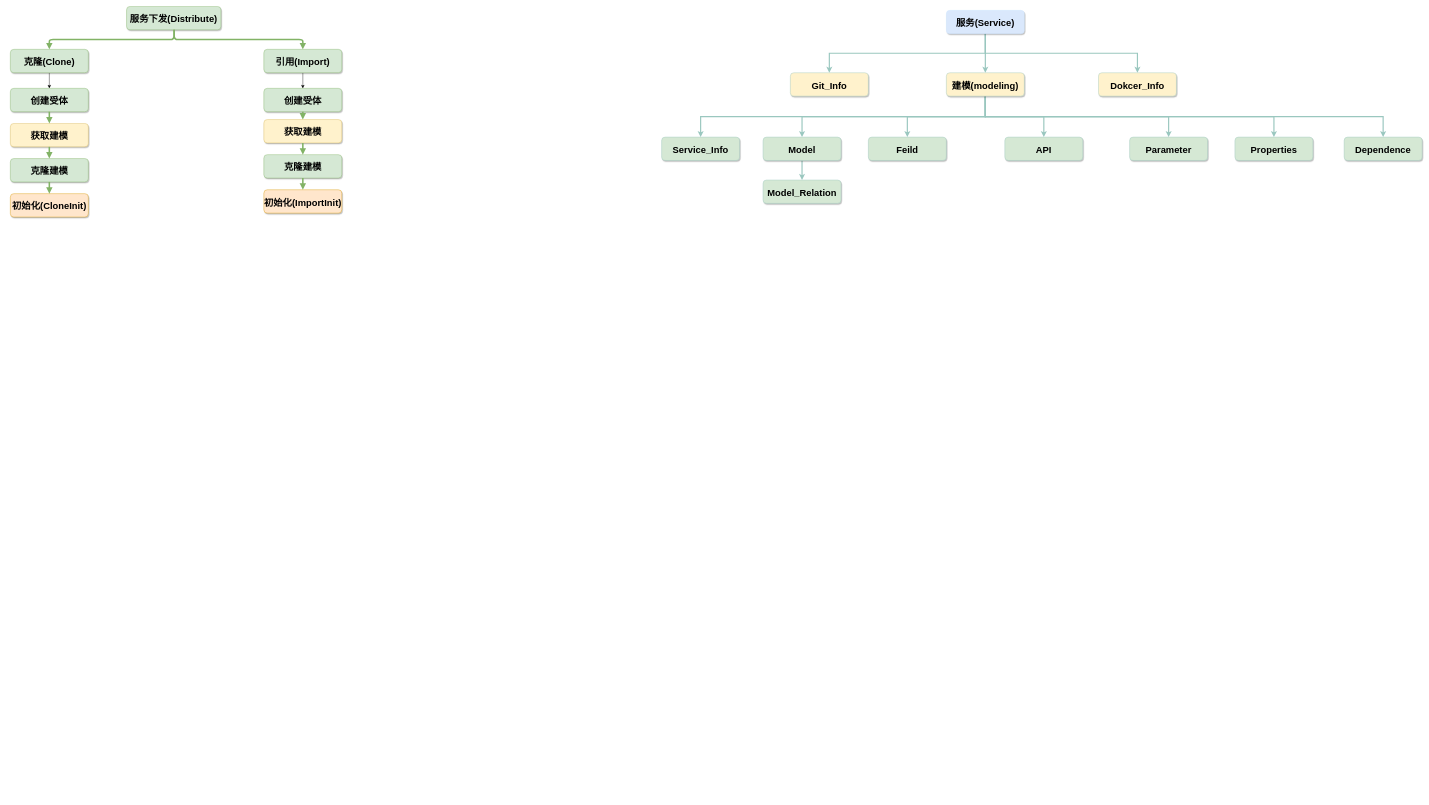
Before: 服务下发思路图.drawio in ThePointOfXu/liu_cheng_tu, a draw.io diagram. Source tidied: cells renumbered, new cells numbered last; positions are measured from the earlier drawing's top-left corner, leaving out a move shared by most shapes. Both pictures are drawn from the tidied source at 39%, with x=0, y=0 at pixel (10, 6).
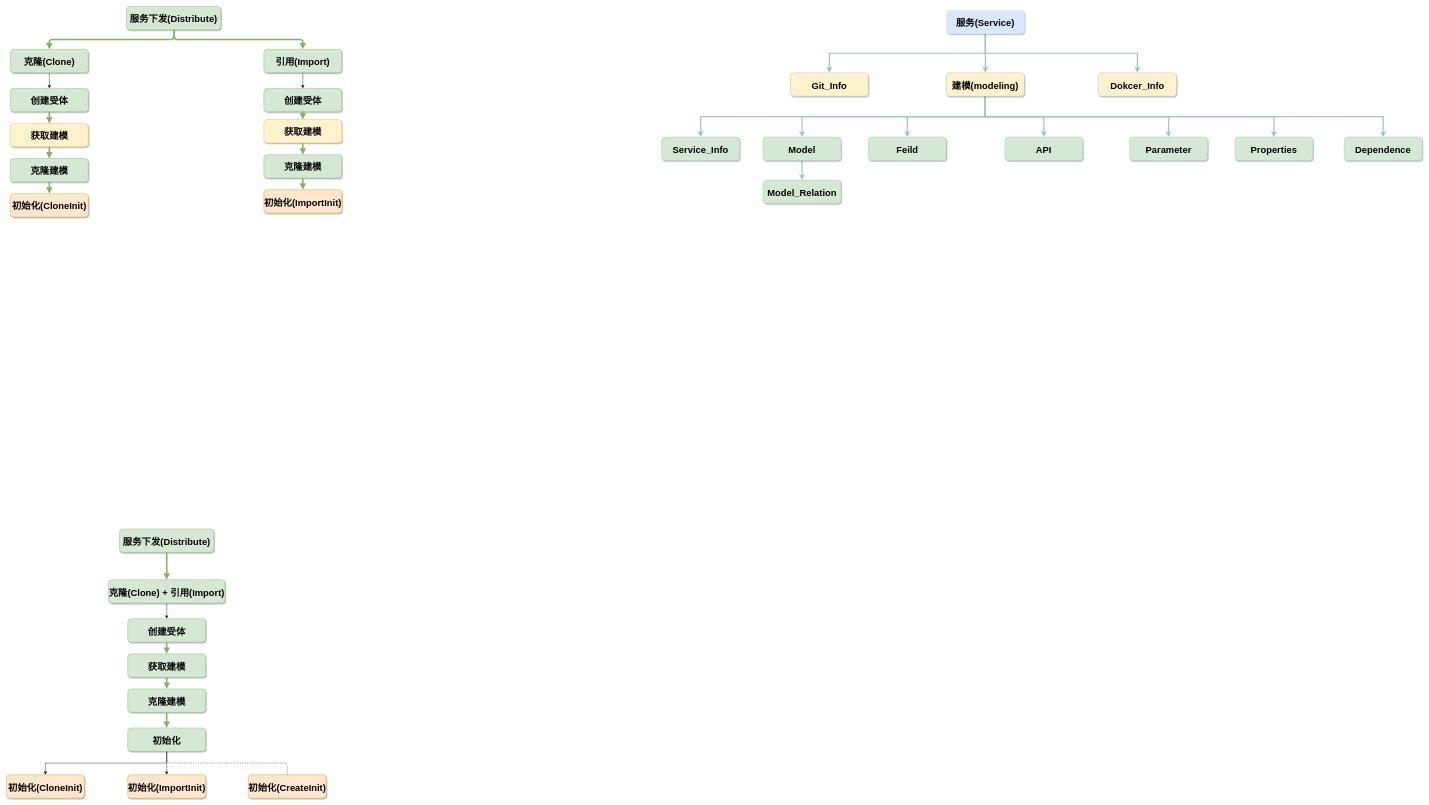
Above is the later version.

Commit message:
Update 服务下发思路图.drawio

What changed in the source:
```diff
@@
+    <mxCell id="46" value="服务下发(Distribute)" style="rounded=1;fillColor=#d5e8d4;strokeColor=#82b366;shadow=1;fontStyle=1;fontSize=24;" parent="1" vertex="1">
+      <mxGeometry x="280" y="1340" width="242" height="60" as="geometry" />
+    </mxCell>
+    <mxCell id="47" style="edgeStyle=orthogonalEdgeStyle;rounded=0;jettySize=auto;html=1;exitX=0.5;exitY=1;exitDx=0;exitDy=0;entryX=0.5;entryY=0;entryDx=0;entryDy=0;" parent="1" edge="1" source="48" target="50">
+      <mxGeometry relative="1" as="geometry" />
+    </mxCell>
+    <mxCell id="48" value="克隆(Clone) + 引用(Import)" style="rounded=1;fillColor=#d5e8d4;strokeColor=#82b366;shadow=1;fontStyle=1;fontSize=24;" parent="1" vertex="1">
+      <mxGeometry x="251.5" y="1470" width="299" height="60" as="geometry" />
+    </mxCell>
+    <mxCell id="49" value="初始化(ImportInit)" style="rounded=1;fillColor=#ffe6cc;strokeColor=#d79b00;shadow=1;fontStyle=1;fontSize=24;" parent="1" vertex="1">
+      <mxGeometry x="301" y="1970" width="200" height="60" as="geometry" />
+    </mxCell>
+    <mxCell id="50" value="创建受体" style="rounded=1;fillColor=#d5e8d4;strokeColor=#82b366;shadow=1;fontStyle=1;fontSize=24;" parent="1" vertex="1">
+      <mxGeometry x="301" y="1570" width="200" height="60" as="geometry" />
+    </mxCell>
+    <mxCell id="51" value="获取建模" style="rounded=1;fillColor=#d5e8d4;strokeColor=#82b366;shadow=1;fontStyle=1;fontSize=24;" parent="1" vertex="1">
+      <mxGeometry x="301" y="1660" width="200" height="60" as="geometry" />
+    </mxCell>
+    <mxCell id="52" value="克隆建模" style="rounded=1;fillColor=#d5e8d4;strokeColor=#82b366;shadow=1;fontStyle=1;fontSize=24;" parent="1" vertex="1">
+      <mxGeometry x="301" y="1750" width="200" height="60" as="geometry" />
+    </mxCell>
+    <mxCell id="53" value="初始化(CloneInit)" style="rounded=1;fillColor=#ffe6cc;strokeColor=#d79b00;shadow=1;fontStyle=1;fontSize=24;" parent="1" vertex="1">
+      <mxGeometry x="-10" y="1970" width="200" height="60" as="geometry" />
+    </mxCell>
+    <mxCell id="54" style="edgeStyle=elbowEdgeStyle;elbow=vertical;strokeWidth=4;endArrow=block;endFill=1;fontStyle=1;strokeColor=#82b366;fillColor=#d5e8d4;fontSize=24;exitX=0.5;exitY=1;exitDx=0;exitDy=0;" parent="1" edge="1" source="46">
+      <mxGeometry x="20" y="1510" as="geometry">
+        <mxPoint x="401" y="1470" as="targetPoint" />
+        <Array as="points">
+          <mxPoint x="401" y="1460" />
+          <mxPoint x="390" y="1440" />
+          <mxPoint x="390" y="1410" />
+        </Array>
+      </mxGeometry>
+    </mxCell>
+    <mxCell id="55" style="edgeStyle=elbowEdgeStyle;elbow=vertical;strokeWidth=4;endArrow=block;endFill=1;fontStyle=1;strokeColor=#82b366;fillColor=#d5e8d4;fontSize=24;" parent="1" edge="1" source="50" target="51">
+      <mxGeometry x="181" y="1430" as="geometry" />
+    </mxCell>
+    <mxCell id="56" style="edgeStyle=elbowEdgeStyle;elbow=vertical;strokeWidth=4;endArrow=block;endFill=1;fontStyle=1;strokeColor=#82b366;fillColor=#d5e8d4;fontSize=24;" parent="1" edge="1" source="51" target="52">
+      <mxGeometry x="181" y="1440" as="geometry" />
+    </mxCell>
+    <mxCell id="57" style="edgeStyle=elbowEdgeStyle;elbow=vertical;strokeWidth=4;endArrow=block;endFill=1;fontStyle=1;strokeColor=#82b366;fillColor=#d5e8d4;fontSize=24;" parent="1" edge="1">
+      <mxGeometry x="181.7" y="1440" as="geometry">
+        <mxPoint x="400.7" y="1810" as="sourcePoint" />
+        <mxPoint x="400.7" y="1850" as="targetPoint" />
+        <Array as="points">
+          <mxPoint x="400.7" y="1840" />
+        </Array>
+      </mxGeometry>
+    </mxCell>
+    <mxCell id="58" style="edgeStyle=orthogonalEdgeStyle;rounded=0;jettySize=auto;html=1;exitX=0.5;exitY=1;exitDx=0;exitDy=0;entryX=0.5;entryY=0;entryDx=0;entryDy=0;" parent="1" edge="1" source="60" target="49">
+      <mxGeometry relative="1" as="geometry" />
+    </mxCell>
+    <mxCell id="59" style="edgeStyle=orthogonalEdgeStyle;rounded=0;jettySize=auto;html=1;exitX=0.5;exitY=1;exitDx=0;exitDy=0;entryX=0.5;entryY=0;entryDx=0;entryDy=0;" parent="1" edge="1" source="60" target="53">
+      <mxGeometry relative="1" as="geometry" />
+    </mxCell>
+    <mxCell id="60" value="初始化" style="rounded=1;fillColor=#d5e8d4;strokeColor=#82b366;shadow=1;fontStyle=1;fontSize=24;" parent="1" vertex="1">
+      <mxGeometry x="301" y="1850" width="200" height="60" as="geometry" />
+    </mxCell>
+    <mxCell id="61" value="初始化(CreateInit)" style="rounded=1;fillColor=#ffe6cc;strokeColor=#d79b00;shadow=1;fontStyle=1;fontSize=24;" parent="1" vertex="1">
+      <mxGeometry x="610" y="1970" width="200" height="60" as="geometry" />
+    </mxCell>
+    <mxCell id="62" style="endArrow=none;dashed=1;html=1;entryX=0.5;entryY=1;entryDx=0;entryDy=0;exitX=0.5;exitY=0;exitDx=0;exitDy=0;" parent="1" edge="1" source="61" target="60">
+      <mxGeometry relative="1" as="geometry">
+        <Array as="points">
+          <mxPoint x="710" y="1940" />
+          <mxPoint x="401" y="1940" />
+        </Array>
+      </mxGeometry>
+    </mxCell>
```
